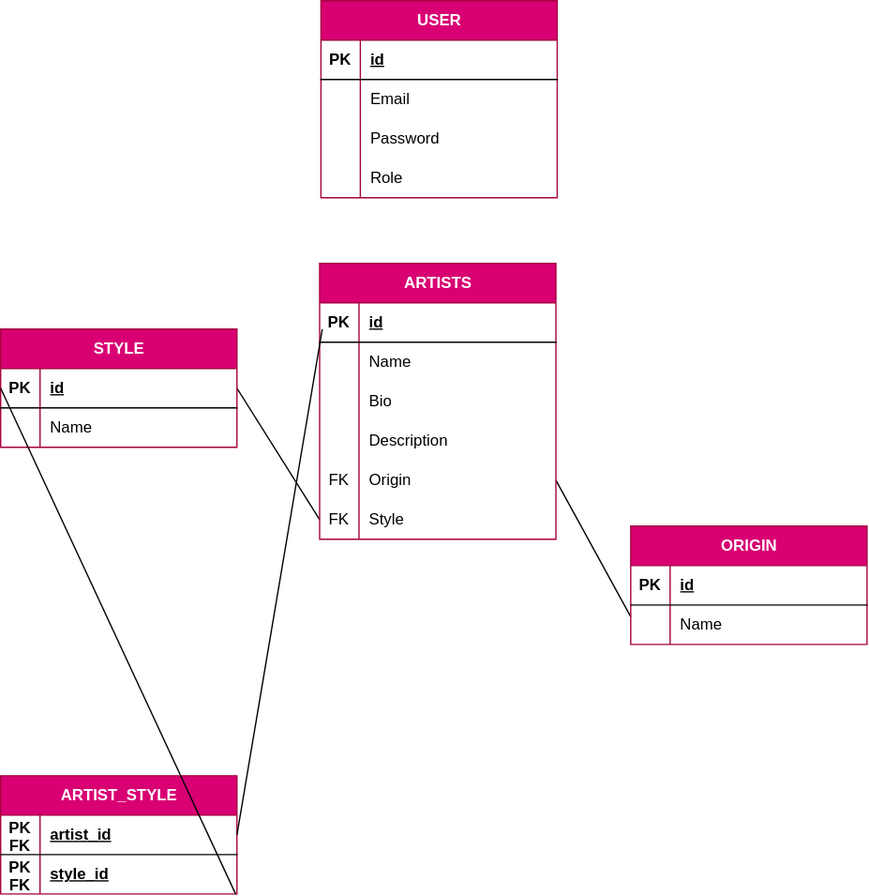
Domitch/souk-sonore-festival keeps this draw.io diagram as code/merise /MLD.drawio.svg. Above is the earlier version. Source tidied: cells renumbered, new cells last; positions are measured from the earlier drawing's top-left corner, leaving out a move shared by most shapes.
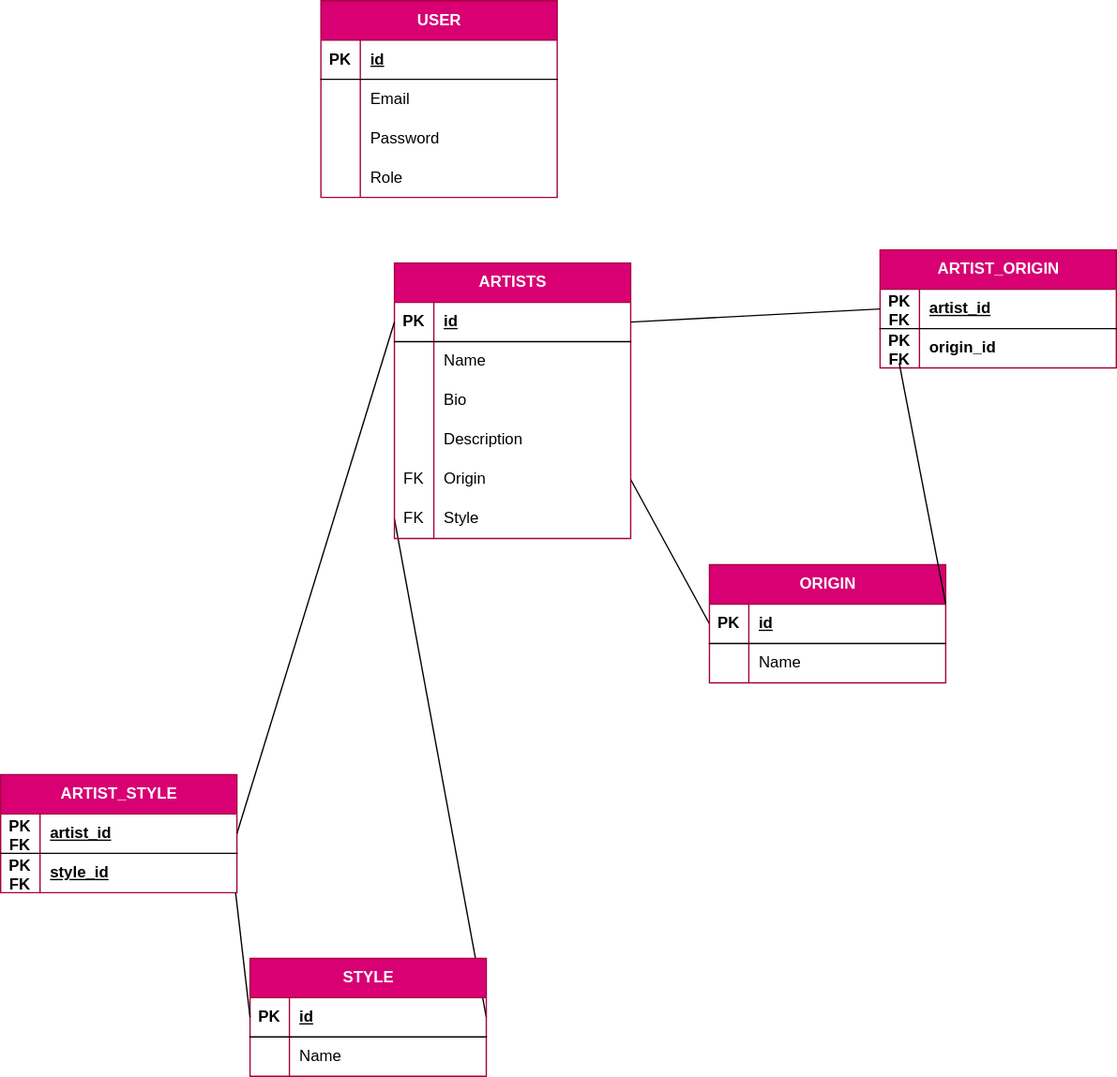
Later version of the same file.

Commit message:
mld ok après modifs

The edit, as a diff of the source:
```diff
@@ -5,10 +5,8 @@
     <mxCell id="2" style="endArrow=none;html=1;rounded=0;entryX=0;entryY=0.5;entryDx=0;entryDy=0;exitX=1;exitY=0.5;exitDx=0;exitDy=0;" parent="1" edge="1" source="37" target="33">
       <mxGeometry relative="1" as="geometry" />
     </mxCell>
-    <mxCell id="3" style="endArrow=none;html=1;rounded=0;exitX=0;exitY=0.5;exitDx=0;exitDy=0;entryX=1;entryY=0.5;entryDx=0;entryDy=0;" parent="1" edge="1" target="30">
-      <mxGeometry relative="1" as="geometry">
-        <mxPoint x="480" y="469" as="sourcePoint" />
-      </mxGeometry>
+    <mxCell id="3" style="endArrow=none;html=1;rounded=0;exitX=0;exitY=0.5;exitDx=0;exitDy=0;entryX=1;entryY=0.5;entryDx=0;entryDy=0;" parent="1" edge="1" source="44" target="30">
+      <mxGeometry relative="1" as="geometry" />
     </mxCell>
     <mxCell id="4" value="USER" style="shape=table;startSize=30;rowLines=0;fontStyle=1;align=center;html=1;fillColor=#d80073;strokeColor=#A50040;fontColor=#ffffff;" parent="1" vertex="1">
       <mxGeometry x="244" width="180" height="150" as="geometry" />
@@ -50,7 +48,7 @@
       <mxGeometry x="30" width="150" height="30" as="geometry" />
     </mxCell>
     <mxCell id="17" value="ARTISTS" style="shape=table;startSize=30;rowLines=0;fontStyle=1;align=center;html=1;fillColor=#d80073;strokeColor=#A50040;fontColor=#ffffff;" parent="1" vertex="1">
-      <mxGeometry x="243" y="200" width="180" height="210" as="geometry" />
+      <mxGeometry x="300" y="200" width="180" height="210" as="geometry" />
     </mxCell>
     <mxCell id="18" style="shape=tableRow;horizontal=0;startSize=0;swimlaneHead=0;swimlaneBody=0;fillColor=none;points=[[0,0.5],[1,0.5]];portConstraint=eastwest;top=0;left=0;right=0;bottom=1;" parent="17" vertex="1">
       <mxGeometry y="30" width="180" height="30" as="geometry" />
@@ -107,7 +105,7 @@
       <mxGeometry x="30" width="150" height="30" as="geometry" />
     </mxCell>
     <mxCell id="36" value="STYLE" style="shape=table;startSize=30;rowLines=0;fontStyle=1;align=center;html=1;fillColor=#d80073;strokeColor=#A50040;fontColor=#ffffff;" parent="1" vertex="1">
-      <mxGeometry y="250" width="180" height="90" as="geometry" />
+      <mxGeometry x="190" y="730" width="180" height="90" as="geometry" />
     </mxCell>
     <mxCell id="37" style="shape=tableRow;horizontal=0;startSize=0;swimlaneHead=0;swimlaneBody=0;fillColor=none;points=[[0,0.5],[1,0.5]];portConstraint=eastwest;top=0;left=0;right=0;bottom=1;" parent="36" vertex="1">
       <mxGeometry y="30" width="180" height="30" as="geometry" />
@@ -128,7 +126,7 @@
       <mxGeometry x="30" width="150" height="30" as="geometry" />
     </mxCell>
     <mxCell id="43" value="ORIGIN" style="shape=table;startSize=30;rowLines=0;fontStyle=1;align=center;html=1;fillColor=#d80073;strokeColor=#A50040;fontColor=#ffffff;" parent="1" vertex="1">
-      <mxGeometry x="480" y="400" width="180" height="90" as="geometry" />
+      <mxGeometry x="540" y="430" width="180" height="90" as="geometry" />
     </mxCell>
     <mxCell id="44" style="shape=tableRow;horizontal=0;startSize=0;swimlaneHead=0;swimlaneBody=0;fillColor=none;points=[[0,0.5],[1,0.5]];portConstraint=eastwest;top=0;left=0;right=0;bottom=1;" parent="43" vertex="1">
       <mxGeometry y="30" width="180" height="30" as="geometry" />
@@ -175,15 +173,40 @@
     <mxCell id="58" value="style_id" style="shape=partialRectangle;fillColor=none;top=0;left=0;bottom=0;right=0;align=left;spacingLeft=6;fontStyle=5;overflow=hidden;whiteSpace=wrap;html=1;" parent="1" vertex="1">
       <mxGeometry x="30" y="650" width="150" height="30" as="geometry" />
     </mxCell>
-    <mxCell id="59" style="endArrow=none;html=1;rounded=0;entryX=1;entryY=0.5;entryDx=0;entryDy=0;" parent="1" edge="1" target="51">
-      <mxGeometry relative="1" as="geometry">
-        <mxPoint x="245" y="250" as="sourcePoint" />
-      </mxGeometry>
+    <mxCell id="59" style="endArrow=none;html=1;rounded=0;entryX=1;entryY=0.5;entryDx=0;entryDy=0;exitX=0;exitY=0.5;exitDx=0;exitDy=0;" parent="1" edge="1" source="18" target="51">
+      <mxGeometry relative="1" as="geometry" />
     </mxCell>
     <mxCell id="60" style="endArrow=none;html=1;rounded=0;entryX=1;entryY=0.5;entryDx=0;entryDy=0;exitX=0;exitY=0.5;exitDx=0;exitDy=0;" parent="1" edge="1" source="37">
       <mxGeometry relative="1" as="geometry">
         <mxPoint x="179" y="680" as="targetPoint" />
       </mxGeometry>
     </mxCell>
+    <mxCell id="61" value="ARTIST_ORIGIN" style="shape=table;startSize=30;rowLines=0;fontStyle=1;align=center;html=1;fillColor=#d80073;strokeColor=#A50040;fontColor=#ffffff;" parent="1" vertex="1">
+      <mxGeometry x="670" y="190" width="180" height="90" as="geometry" />
+    </mxCell>
+    <mxCell id="62" style="shape=tableRow;horizontal=0;startSize=0;swimlaneHead=0;swimlaneBody=0;fillColor=none;points=[[0,0.5],[1,0.5]];portConstraint=eastwest;top=0;left=0;right=0;bottom=1;" parent="61" vertex="1">
+      <mxGeometry y="30" width="180" height="30" as="geometry" />
+    </mxCell>
+    <mxCell id="63" value="PK FK" style="shape=partialRectangle;fillColor=none;top=0;left=0;bottom=0;right=0;fontStyle=1;overflow=hidden;whiteSpace=wrap;html=1;" parent="62" vertex="1">
+      <mxGeometry width="30" height="30" as="geometry" />
+    </mxCell>
+    <mxCell id="64" value="artist_id" style="shape=partialRectangle;fillColor=none;top=0;left=0;bottom=0;right=0;align=left;spacingLeft=6;fontStyle=5;overflow=hidden;whiteSpace=wrap;html=1;" parent="62" vertex="1">
+      <mxGeometry x="30" width="150" height="30" as="geometry" />
+    </mxCell>
+    <mxCell id="65" style="shape=tableRow;horizontal=0;startSize=0;swimlaneHead=0;swimlaneBody=0;fillColor=none;points=[[0,0.5],[1,0.5]];portConstraint=eastwest;top=0;left=0;right=0;bottom=0;" parent="61" vertex="1">
+      <mxGeometry y="60" width="180" height="30" as="geometry" />
+    </mxCell>
+    <mxCell id="66" value="&lt;b&gt;PK FK&lt;/b&gt;" style="shape=partialRectangle;fillColor=none;top=0;left=0;bottom=0;right=0;overflow=hidden;whiteSpace=wrap;html=1;" parent="65" vertex="1">
+      <mxGeometry width="30" height="30" as="geometry" />
+    </mxCell>
+    <mxCell id="67" value="&lt;b&gt;origin_id&lt;/b&gt;" style="shape=partialRectangle;fillColor=none;top=0;left=0;bottom=0;right=0;align=left;spacingLeft=6;overflow=hidden;whiteSpace=wrap;html=1;" parent="65" vertex="1">
+      <mxGeometry x="30" width="150" height="30" as="geometry" />
+    </mxCell>
+    <mxCell id="68" style="endArrow=none;html=1;rounded=0;exitX=0;exitY=0.5;exitDx=0;exitDy=0;entryX=1;entryY=0.5;entryDx=0;entryDy=0;" parent="1" edge="1" source="62" target="18">
+      <mxGeometry relative="1" as="geometry" />
+    </mxCell>
+    <mxCell id="69" style="endArrow=none;html=1;rounded=0;exitX=0.081;exitY=0.878;exitDx=0;exitDy=0;exitPerimeter=0;entryX=1;entryY=0;entryDx=0;entryDy=0;entryPerimeter=0;" parent="1" edge="1" source="65" target="44">
+      <mxGeometry relative="1" as="geometry" />
+    </mxCell>
   </root>
 </mxGraphModel>
```
